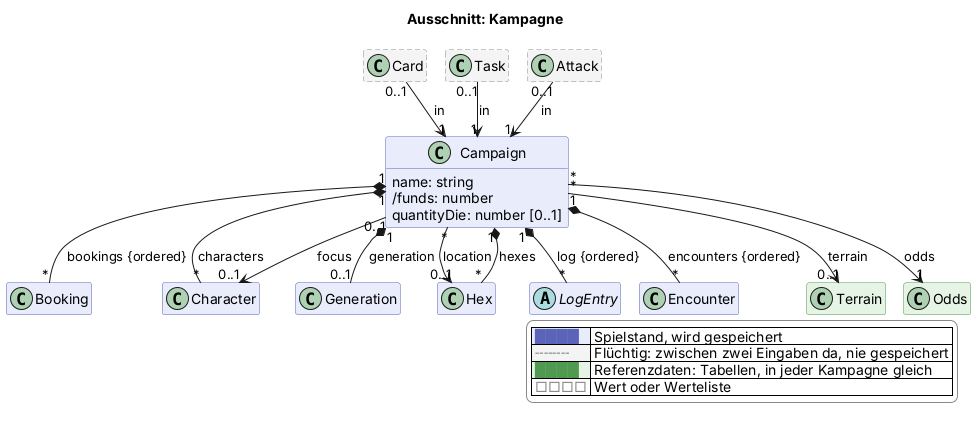
The PlantUML diagram docs/views/kampagne.png in scuzzar/SRE, before a commit.
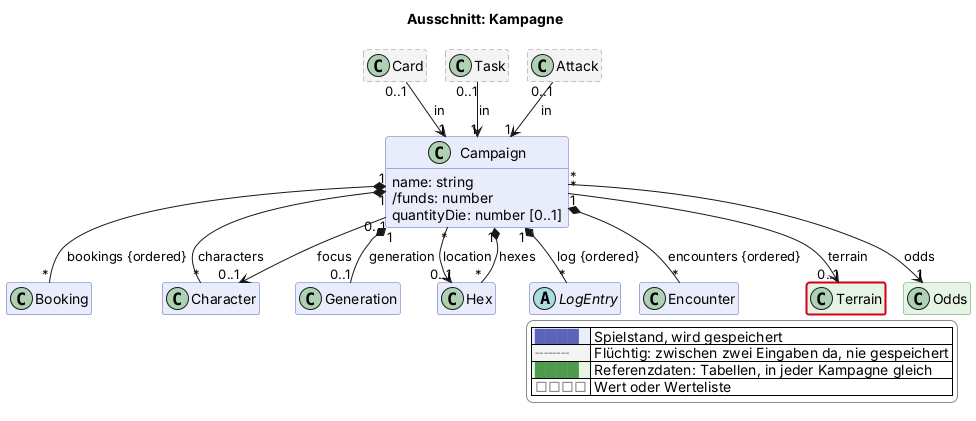
After the commit.

What changed in the source:
```diff
@@ -119,4 +119,5 @@
   |<#e6f4e6> <color:#4f9a4f>████</color> | Referenzdaten: Tabellen, in jeder Kampagne gleich |
   |<#ffffff> <color:#8a8a8a>□□□□</color> | Wert oder Werteliste |
 endlegend
+class Terrain #line:d0021b;line.bold
 @enduml
```
